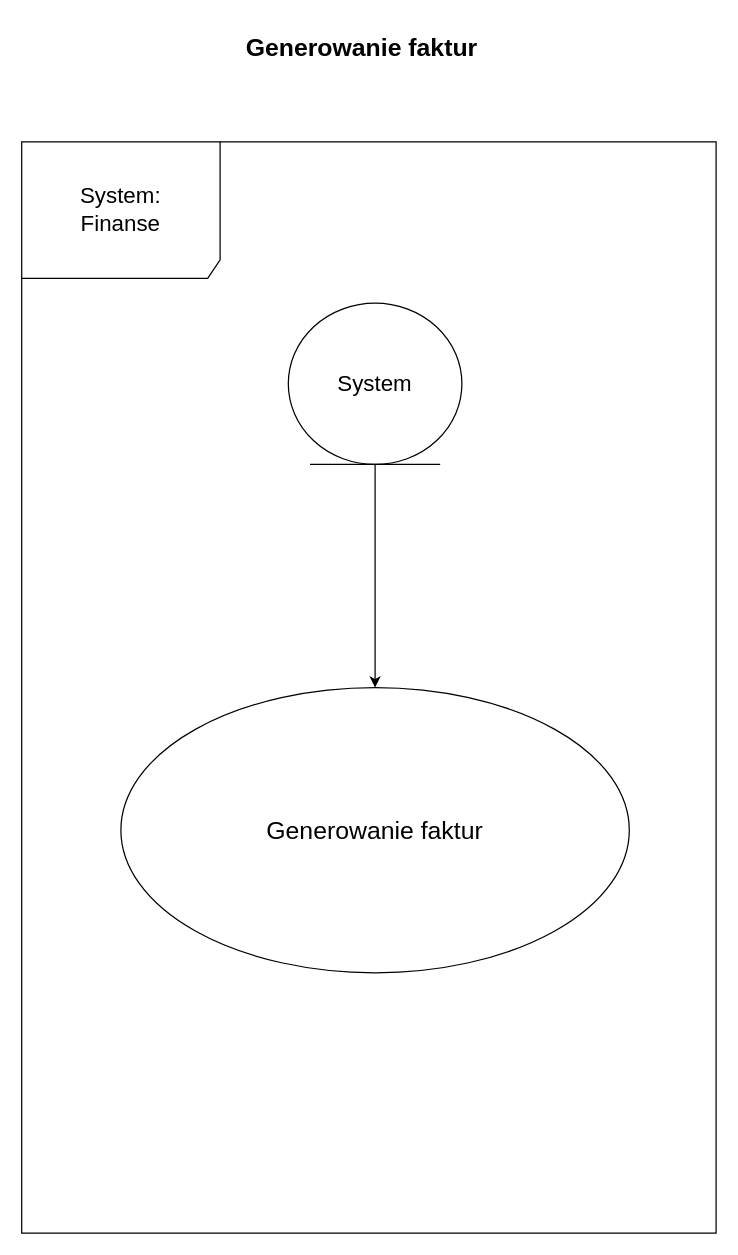
kacperMa25/In-ynieriaOprogramowania keeps this draw.io diagram as diagramy/PrzypadkiUzycia/Diagram7.drawio. Above is the earlier version. Source tidied: cells renumbered, new cells numbered last; positions are measured from the earlier drawing's top-left corner, leaving out a move shared by most shapes. Both pictures are drawn from the tidied source at 124%, with x=0, y=0 at pixel (21, 21).
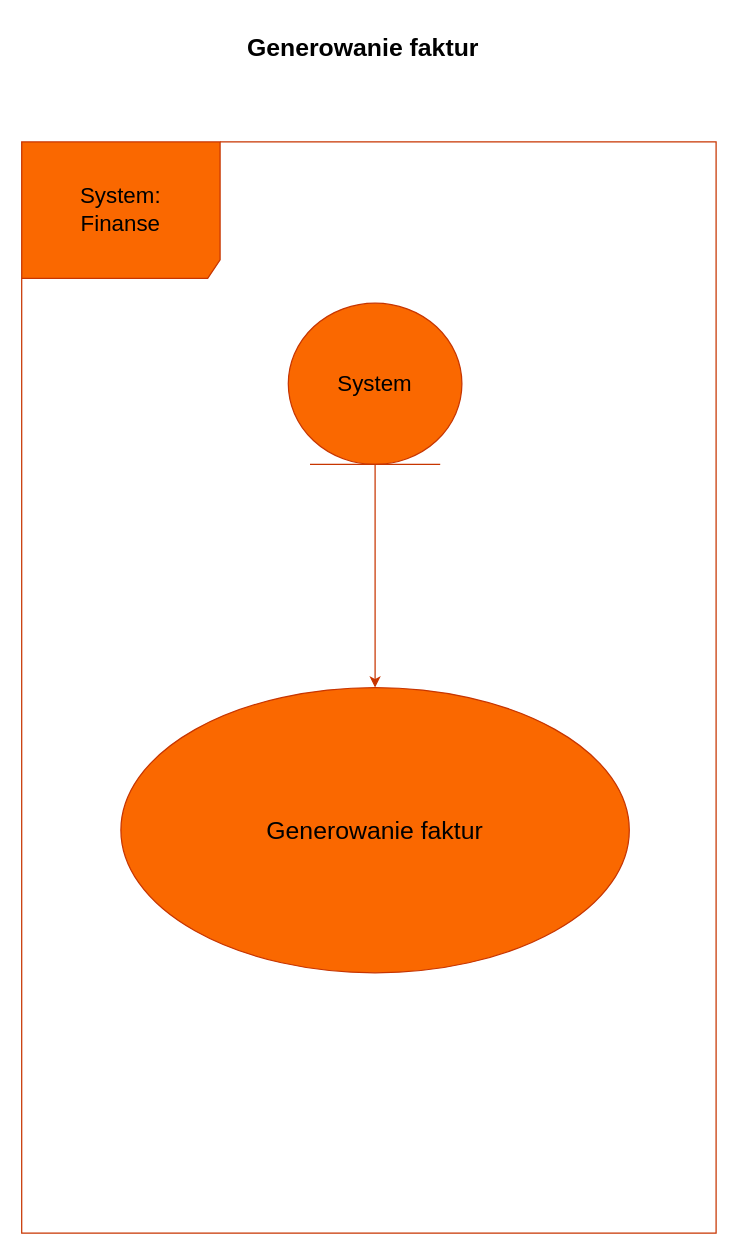
After the change.

Change to the diagram source:
```diff
@@
-<mxGraphModel>
+<mxGraphModel background="#FFFFFF">
   <root>
     <mxCell id="0" />
     <mxCell id="1" parent="0" />
-    <mxCell id="2" value="&lt;font style=&quot;font-size: 20px;&quot;&gt;&lt;b&gt;Generowanie faktur&lt;/b&gt;&lt;/font&gt;" style="text;html=1;align=center;verticalAlign=middle;strokeColor=none;fillColor=none;" parent="1" vertex="1">
-      <mxGeometry x="169" width="210" height="40" as="geometry" />
+    <mxCell id="2" value="&lt;font style=&quot;font-size: 20px; color: rgb(0, 0, 0);&quot;&gt;&lt;b&gt;Generowanie faktur&lt;/b&gt;&lt;/font&gt;" style="text;html=1;align=center;verticalAlign=middle;strokeColor=none;fillColor=none;labelBackgroundColor=none;fontColor=#FEFAE0;" parent="1" vertex="1">
+      <mxGeometry x="172" y="2" width="205" height="36" as="geometry" />
     </mxCell>
-    <mxCell id="3" value="&lt;font style=&quot;font-size: 18px;&quot;&gt;System:&lt;/font&gt;&lt;div&gt;&lt;font style=&quot;font-size: 18px;&quot;&gt;Finanse&lt;/font&gt;&lt;/div&gt;" style="shape=umlFrame;whiteSpace=wrap;html=1;width=160;height=110;" parent="1" vertex="1">
+    <mxCell id="3" value="&lt;font style=&quot;font-size: 18px;&quot;&gt;System:&lt;/font&gt;&lt;div&gt;&lt;font style=&quot;font-size: 18px;&quot;&gt;Finanse&lt;/font&gt;&lt;/div&gt;" style="shape=umlFrame;whiteSpace=wrap;html=1;width=160;height=110;labelBackgroundColor=none;fillColor=#fa6800;strokeColor=#C73500;fontColor=#000000;" parent="1" vertex="1">
       <mxGeometry y="97" width="560" height="880" as="geometry" />
     </mxCell>
-    <mxCell id="4" style="edgeStyle=orthogonalEdgeStyle;rounded=0;jettySize=auto;html=1;" parent="1" edge="1" source="5" target="6">
+    <mxCell id="4" style="edgeStyle=orthogonalEdgeStyle;rounded=0;jettySize=auto;html=1;labelBackgroundColor=none;strokeColor=#C73500;fontColor=default;fillColor=#fa6800;" parent="1" edge="1" source="5" target="6">
       <mxGeometry relative="1" as="geometry" />
     </mxCell>
-    <mxCell id="5" value="&lt;font style=&quot;font-size: 18px;&quot;&gt;System&lt;/font&gt;" style="ellipse;shape=umlEntity;whiteSpace=wrap;html=1;" parent="1" vertex="1">
+    <mxCell id="5" value="&lt;font style=&quot;font-size: 18px;&quot;&gt;System&lt;/font&gt;" style="ellipse;shape=umlEntity;whiteSpace=wrap;html=1;labelBackgroundColor=none;fillColor=#fa6800;strokeColor=#C73500;fontColor=#000000;" parent="1" vertex="1">
       <mxGeometry x="215" y="227" width="140" height="130" as="geometry" />
     </mxCell>
-    <mxCell id="6" value="&lt;font style=&quot;font-size: 20px;&quot;&gt;Generowanie faktur&lt;/font&gt;" style="ellipse;whiteSpace=wrap;html=1;" parent="1" vertex="1">
+    <mxCell id="6" value="&lt;font style=&quot;font-size: 20px;&quot;&gt;Generowanie faktur&lt;/font&gt;" style="ellipse;whiteSpace=wrap;html=1;labelBackgroundColor=none;fillColor=#fa6800;strokeColor=#C73500;fontColor=#000000;" parent="1" vertex="1">
       <mxGeometry x="80" y="537" width="410" height="230" as="geometry" />
     </mxCell>
   </root>
 </mxGraphModel>
```
